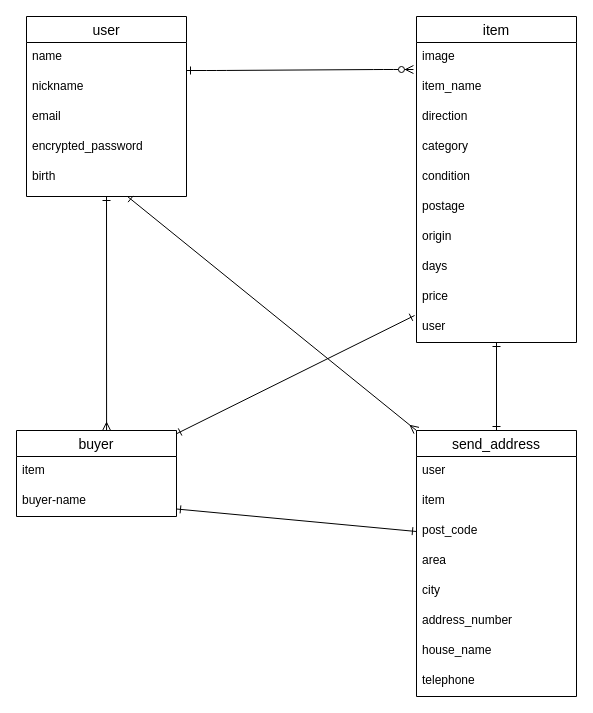
Above: text.dio in Aya0601/furima38585 (draw.io), before the change. Source tidied: cells renumbered, new cells numbered last; positions are measured from the earlier drawing's top-left corner, leaving out a move shared by most shapes. Both pictures are drawn from the tidied source at 100%, with x=0, y=0 at pixel (16, 16).
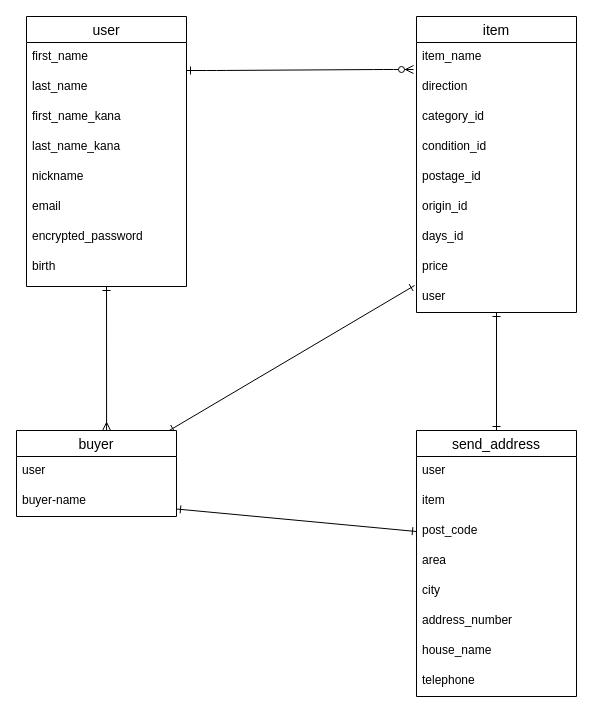
The same diagram, later.

The change refers to these unchanged cells:
```xml
<mxCell id="2" value="send_address" style="swimlane;fontStyle=0;horizontal=1;startSize=26;align=center;fontSize=14;" parent="1" vertex="1">
  <mxGeometry x="400" y="414" width="160" height="266" as="geometry" />
</mxCell>
<mxCell id="12" value="buyer" style="swimlane;fontStyle=0;horizontal=1;startSize=26;align=center;fontSize=14;" parent="1" vertex="1">
  <mxGeometry y="414" width="160" height="86" as="geometry" />
</mxCell>
```

The edit, as a diff of the source:
```diff
@@
-    <mxCell id="13" value="item" style="text;strokeColor=none;fillColor=none;spacingLeft=4;spacingRight=4;overflow=hidden;fontSize=12;" parent="12" vertex="1">
+    <mxCell id="13" value="user" style="text;strokeColor=none;fillColor=none;spacingLeft=4;spacingRight=4;overflow=hidden;fontSize=12;" parent="12" vertex="1">
       <mxGeometry y="26" width="160" height="30" as="geometry" />
     </mxCell>
@@
     <mxCell id="16" value="item" style="swimlane;fontStyle=0;horizontal=1;startSize=26;align=center;fontSize=14;" parent="1" vertex="1">
-      <mxGeometry x="400" width="160" height="326" as="geometry" />
+      <mxGeometry x="400" width="160" height="296" as="geometry" />
     </mxCell>
-    <mxCell id="17" value="image" style="text;strokeColor=none;fillColor=none;spacingLeft=4;spacingRight=4;overflow=hidden;points=[[0,0.5],[1,0.5]];portConstraint=eastwest;fontSize=12;" parent="16" vertex="1">
-      <mxGeometry y="26" width="160" height="30" as="geometry" />
-    </mxCell>
     <mxCell id="18" value="item_name" style="text;strokeColor=none;fillColor=none;spacingLeft=4;spacingRight=4;overflow=hidden;fontSize=12;" parent="16" vertex="1">
-      <mxGeometry y="56" width="160" height="30" as="geometry" />
+      <mxGeometry y="26" width="160" height="30" as="geometry" />
     </mxCell>
     <mxCell id="19" value="direction" style="text;strokeColor=none;fillColor=none;spacingLeft=4;spacingRight=4;overflow=hidden;fontSize=12;" parent="16" vertex="1">
-      <mxGeometry y="86" width="160" height="30" as="geometry" />
+      <mxGeometry y="56" width="160" height="30" as="geometry" />
     </mxCell>
-    <mxCell id="20" value="category" style="text;strokeColor=none;fillColor=none;spacingLeft=4;spacingRight=4;overflow=hidden;fontSize=12;" parent="16" vertex="1">
-      <mxGeometry y="116" width="160" height="30" as="geometry" />
+    <mxCell id="20" value="category_id" style="text;strokeColor=none;fillColor=none;spacingLeft=4;spacingRight=4;overflow=hidden;fontSize=12;" parent="16" vertex="1">
+      <mxGeometry y="86" width="160" height="30" as="geometry" />
     </mxCell>
-    <mxCell id="21" value="condition" style="text;strokeColor=none;fillColor=none;spacingLeft=4;spacingRight=4;overflow=hidden;fontSize=12;" parent="16" vertex="1">
-      <mxGeometry y="146" width="160" height="30" as="geometry" />
+    <mxCell id="21" value="condition_id" style="text;strokeColor=none;fillColor=none;spacingLeft=4;spacingRight=4;overflow=hidden;fontSize=12;" parent="16" vertex="1">
+      <mxGeometry y="116" width="160" height="30" as="geometry" />
     </mxCell>
-    <mxCell id="22" value="postage" style="text;strokeColor=none;fillColor=none;spacingLeft=4;spacingRight=4;overflow=hidden;fontSize=12;" parent="16" vertex="1">
-      <mxGeometry y="176" width="160" height="30" as="geometry" />
+    <mxCell id="22" value="postage_id" style="text;strokeColor=none;fillColor=none;spacingLeft=4;spacingRight=4;overflow=hidden;fontSize=12;" parent="16" vertex="1">
+      <mxGeometry y="146" width="160" height="30" as="geometry" />
     </mxCell>
-    <mxCell id="23" value="origin" style="text;strokeColor=none;fillColor=none;spacingLeft=4;spacingRight=4;overflow=hidden;fontSize=12;" parent="16" vertex="1">
-      <mxGeometry y="206" width="160" height="30" as="geometry" />
+    <mxCell id="23" value="origin_id" style="text;strokeColor=none;fillColor=none;spacingLeft=4;spacingRight=4;overflow=hidden;fontSize=12;" parent="16" vertex="1">
+      <mxGeometry y="176" width="160" height="30" as="geometry" />
     </mxCell>
-    <mxCell id="24" value="days" style="text;strokeColor=none;fillColor=none;spacingLeft=4;spacingRight=4;overflow=hidden;fontSize=12;" parent="16" vertex="1">
-      <mxGeometry y="236" width="160" height="30" as="geometry" />
+    <mxCell id="24" value="days_id" style="text;strokeColor=none;fillColor=none;spacingLeft=4;spacingRight=4;overflow=hidden;fontSize=12;" parent="16" vertex="1">
+      <mxGeometry y="206" width="160" height="30" as="geometry" />
     </mxCell>
     <mxCell id="25" value="price" style="text;strokeColor=none;fillColor=none;spacingLeft=4;spacingRight=4;overflow=hidden;fontSize=12;" parent="16" vertex="1">
-      <mxGeometry y="266" width="160" height="30" as="geometry" />
+      <mxGeometry y="236" width="160" height="30" as="geometry" />
     </mxCell>
     <mxCell id="26" value="user" style="text;strokeColor=none;fillColor=none;spacingLeft=4;spacingRight=4;overflow=hidden;points=[[0,0.5],[1,0.5]];portConstraint=eastwest;fontSize=12;" parent="16" vertex="1">
-      <mxGeometry y="296" width="160" height="30" as="geometry" />
+      <mxGeometry y="266" width="160" height="30" as="geometry" />
     </mxCell>
-    <mxCell id="27" style="edgeStyle=entityRelationEdgeStyle;fontSize=12;html=1;endArrow=ERzeroToMany;endFill=1;entryX=-0.019;entryY=0.9;entryDx=0;entryDy=0;entryPerimeter=0;startArrow=ERone;startFill=0;" parent="1" edge="1" target="17">
+    <mxCell id="27" style="edgeStyle=entityRelationEdgeStyle;fontSize=12;html=1;endArrow=ERzeroToMany;endFill=1;entryX=-0.019;entryY=0.9;entryDx=0;entryDy=0;entryPerimeter=0;startArrow=ERone;startFill=0;" parent="1" edge="1">
       <mxGeometry relative="1" as="geometry">
         <mxPoint x="170" y="54" as="sourcePoint" />
+        <mxPoint x="397" y="53" as="targetPoint" />
       </mxGeometry>
     </mxCell>
@@
     <mxCell id="29" value="user" style="swimlane;fontStyle=0;horizontal=1;startSize=26;align=center;fontSize=14;" parent="1" vertex="1">
-      <mxGeometry x="10" width="160" height="180" as="geometry" />
+      <mxGeometry x="10" width="160" height="270" as="geometry" />
     </mxCell>
-    <mxCell id="30" value="name" style="text;strokeColor=none;fillColor=none;spacingLeft=4;spacingRight=4;overflow=hidden;fontSize=12;" parent="29" vertex="1">
+    <mxCell id="30" value="first_name" style="text;strokeColor=none;fillColor=none;spacingLeft=4;spacingRight=4;overflow=hidden;fontSize=12;" parent="29" vertex="1">
       <mxGeometry y="26" width="160" height="30" as="geometry" />
     </mxCell>
+    <mxCell id="37" value="last_name" style="text;strokeColor=none;fillColor=none;spacingLeft=4;spacingRight=4;overflow=hidden;fontSize=12;" parent="29" vertex="1">
+      <mxGeometry y="56" width="160" height="30" as="geometry" />
+    </mxCell>
+    <mxCell id="38" value="first_name_kana" style="text;strokeColor=none;fillColor=none;spacingLeft=4;spacingRight=4;overflow=hidden;fontSize=12;" parent="29" vertex="1">
+      <mxGeometry y="86" width="160" height="30" as="geometry" />
+    </mxCell>
+    <mxCell id="39" value="last_name_kana" style="text;strokeColor=none;fillColor=none;spacingLeft=4;spacingRight=4;overflow=hidden;fontSize=12;" parent="29" vertex="1">
+      <mxGeometry y="116" width="160" height="30" as="geometry" />
+    </mxCell>
     <mxCell id="31" value="nickname" style="text;strokeColor=none;fillColor=none;spacingLeft=4;spacingRight=4;overflow=hidden;fontSize=12;" parent="29" vertex="1">
-      <mxGeometry y="56" width="160" height="30" as="geometry" />
+      <mxGeometry y="146" width="160" height="30" as="geometry" />
     </mxCell>
     <mxCell id="32" value="email" style="text;strokeColor=none;fillColor=none;spacingLeft=4;spacingRight=4;overflow=hidden;fontSize=12;" parent="29" vertex="1">
-      <mxGeometry y="86" width="160" height="30" as="geometry" />
+      <mxGeometry y="176" width="160" height="30" as="geometry" />
     </mxCell>
     <mxCell id="33" value="encrypted_password" style="text;strokeColor=none;fillColor=none;spacingLeft=4;spacingRight=4;overflow=hidden;fontSize=12;" parent="29" vertex="1">
-      <mxGeometry y="116" width="160" height="30" as="geometry" />
+      <mxGeometry y="206" width="160" height="30" as="geometry" />
     </mxCell>
     <mxCell id="34" value="birth" style="text;strokeColor=none;fillColor=none;spacingLeft=4;spacingRight=4;overflow=hidden;points=[[0,0.5],[1,0.5]];portConstraint=eastwest;fontSize=12;" parent="29" vertex="1">
-      <mxGeometry y="146" width="160" height="34" as="geometry" />
+      <mxGeometry y="236" width="160" height="34" as="geometry" />
     </mxCell>
@@
-    <mxCell id="36" style="edgeStyle=none;html=1;entryX=0;entryY=0;entryDx=0;entryDy=0;startArrow=ERone;startFill=0;endArrow=ERmany;endFill=0;" parent="1" edge="1" source="34" target="2">
-      <mxGeometry relative="1" as="geometry" />
-    </mxCell>
```
